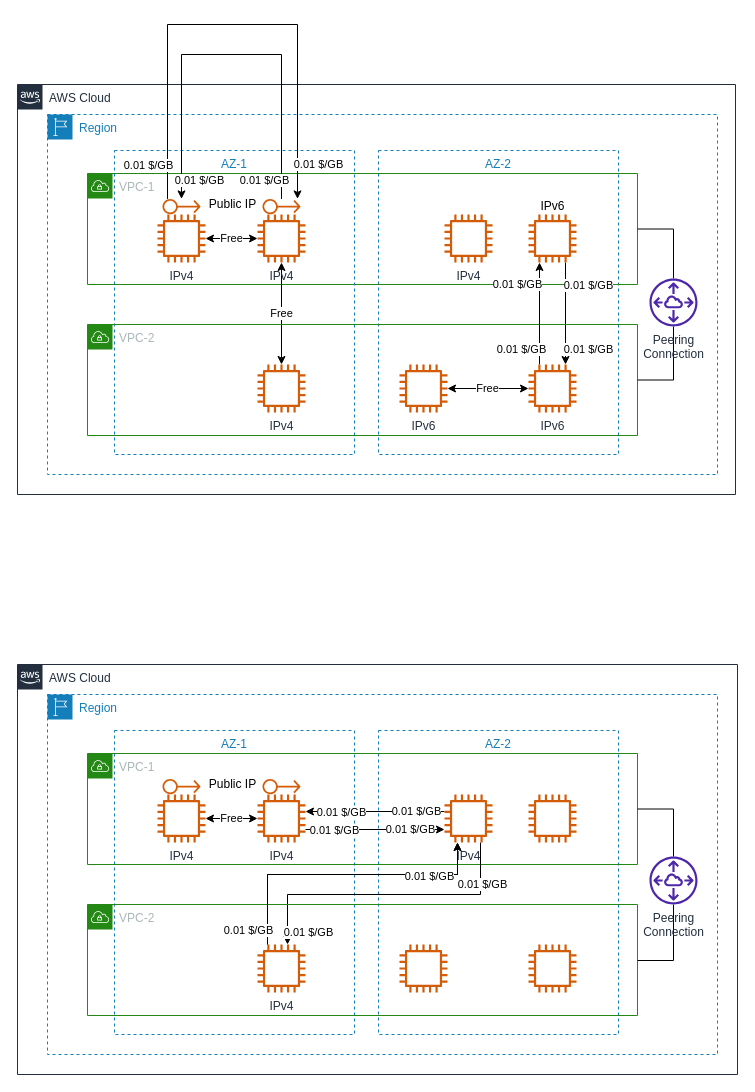
Earlier version of the draw.io diagram Compute/EC2/draw/04.01-EC2-xAZ.drawio (weiping-bj/Data-Transfer-Cost-on-AWS). Source tidied: cells renumbered, new cells numbered last; positions are measured from the earlier drawing's top-left corner, leaving out a move shared by most shapes. Both pictures are drawn from the tidied source at 100%, with x=0, y=0 at pixel (17, 24).
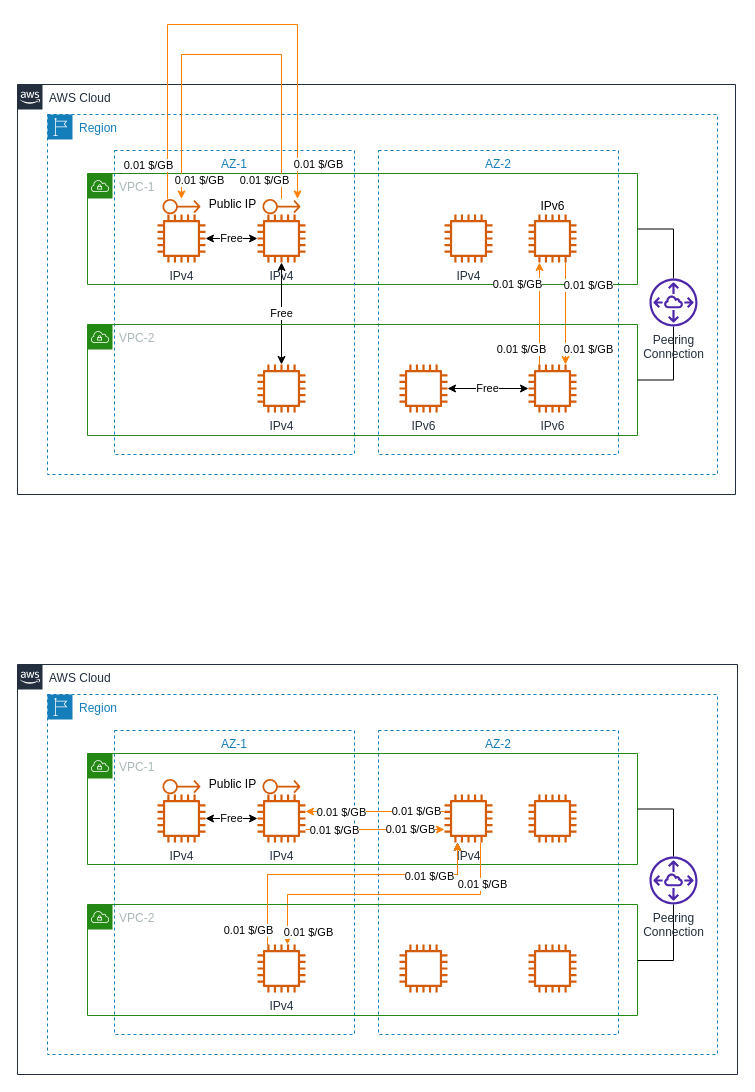
Above is the later version.

Unchanged cells that the change refers to:
```xml
<mxCell id="17" style="sketch=0;outlineConnect=0;fontColor=#232F3E;gradientColor=none;fillColor=#D45B07;strokeColor=none;dashed=0;verticalLabelPosition=bottom;verticalAlign=top;align=center;html=1;fontSize=12;fontStyle=0;shape=mxgraph.aws4.elastic_ip_address;" parent="1" vertex="1">
  <mxGeometry x="145" y="174.2" width="38" height="15.8" as="geometry" />
</mxCell>
<mxCell id="21" style="sketch=0;outlineConnect=0;fontColor=#232F3E;gradientColor=none;fillColor=#D45B07;strokeColor=none;dashed=0;verticalLabelPosition=bottom;verticalAlign=top;align=center;html=1;fontSize=12;fontStyle=0;shape=mxgraph.aws4.elastic_ip_address;" parent="1" vertex="1">
  <mxGeometry x="245" y="174.2" width="38" height="15.8" as="geometry" />
</mxCell>
<mxCell id="48" value="IPv4" style="sketch=0;outlineConnect=0;fontColor=#232F3E;gradientColor=none;fillColor=#D45B07;strokeColor=none;dashed=0;verticalLabelPosition=bottom;verticalAlign=top;align=center;html=1;fontSize=12;fontStyle=0;shape=mxgraph.aws4.instance2;" parent="1" vertex="1">
  <mxGeometry x="427" y="770" width="48" height="48" as="geometry" />
</mxCell>
<mxCell id="64" value="IPv4" style="sketch=0;outlineConnect=0;fontColor=#232F3E;gradientColor=none;fillColor=#D45B07;strokeColor=none;dashed=0;verticalLabelPosition=bottom;verticalAlign=top;align=center;html=1;fontSize=12;fontStyle=0;shape=mxgraph.aws4.instance2;" parent="1" vertex="1">
  <mxGeometry x="240" y="920" width="48" height="48" as="geometry" />
</mxCell>
```

What changed in the source:
```diff
@@
-    <mxCell id="14" style="edgeStyle=orthogonalEdgeStyle;rounded=0;jettySize=auto;html=1;" parent="1" edge="1" source="17" target="21">
+    <mxCell id="14" style="edgeStyle=orthogonalEdgeStyle;rounded=0;jettySize=auto;html=1;strokeColor=#FF8000;" parent="1" edge="1" source="17" target="21">
       <mxGeometry relative="1" as="geometry">
         <Array as="points">
           <mxPoint x="150" />
           <mxPoint x="280" />
         </Array>
       </mxGeometry>
     </mxCell>
@@
-    <mxCell id="18" style="edgeStyle=orthogonalEdgeStyle;rounded=0;jettySize=auto;html=1;" parent="1" edge="1" source="21" target="17">
+    <mxCell id="18" style="edgeStyle=orthogonalEdgeStyle;rounded=0;jettySize=auto;html=1;strokeColor=#FF8000;" parent="1" edge="1" source="21" target="17">
       <mxGeometry relative="1" as="geometry">
         <Array as="points">
           <mxPoint x="264" y="30" />
           <mxPoint x="164" y="30" />
         </Array>
       </mxGeometry>
     </mxCell>
@@
-    <mxCell id="22" style="edgeStyle=orthogonalEdgeStyle;rounded=0;orthogonalLoop=1;jettySize=auto;html=1;startArrow=none;startFill=0;" parent="1" edge="1">
+    <mxCell id="22" style="edgeStyle=orthogonalEdgeStyle;rounded=0;orthogonalLoop=1;jettySize=auto;html=1;startArrow=none;startFill=0;strokeColor=#FF8000;" parent="1" edge="1">
       <mxGeometry relative="1" as="geometry">
         <mxPoint x="548" y="238" as="sourcePoint" />
         <mxPoint x="548" y="340" as="targetPoint" />
       </mxGeometry>
     </mxCell>
@@
-    <mxCell id="28" value="0.01 $/GB" style="edgeStyle=orthogonalEdgeStyle;rounded=0;orthogonalLoop=1;jettySize=auto;html=1;startArrow=none;startFill=0;" parent="1" edge="1">
+    <mxCell id="28" value="0.01 $/GB" style="edgeStyle=orthogonalEdgeStyle;rounded=0;orthogonalLoop=1;jettySize=auto;html=1;startArrow=none;startFill=0;strokeColor=#FF8000;" parent="1" edge="1">
       <mxGeometry x="0.57" y="22" relative="1" as="geometry">
         <mxPoint x="522" y="340" as="sourcePoint" />
         <mxPoint x="522" y="238" as="targetPoint" />
       </mxGeometry>
     </mxCell>
@@
-    <mxCell id="37" value="0.01 $/GB" style="edgeStyle=orthogonalEdgeStyle;rounded=0;jettySize=auto;html=1;startArrow=none;startFill=0;" parent="1" edge="1" target="48">
+    <mxCell id="37" value="0.01 $/GB" style="edgeStyle=orthogonalEdgeStyle;rounded=0;jettySize=auto;html=1;startArrow=none;startFill=0;strokeColor=#FF8000;" parent="1" edge="1" target="48">
       <mxGeometry x="0.51" relative="1" as="geometry">
         <mxPoint x="288" y="805" as="sourcePoint" />
         <Array as="points">
           <mxPoint x="390" y="805" />
           <mxPoint x="390" y="805" />
         </Array>
       </mxGeometry>
     </mxCell>
@@
-    <mxCell id="42" style="edgeStyle=orthogonalEdgeStyle;rounded=0;jettySize=auto;html=1;startArrow=none;startFill=0;" parent="1" edge="1" source="48">
+    <mxCell id="42" style="edgeStyle=orthogonalEdgeStyle;rounded=0;jettySize=auto;html=1;startArrow=none;startFill=0;strokeColor=#FF8000;" parent="1" edge="1" source="48">
       <mxGeometry relative="1" as="geometry">
         <mxPoint x="288" y="787" as="targetPoint" />
         <Array as="points">
           <mxPoint x="400" y="787" />
           <mxPoint x="400" y="787" />
         </Array>
       </mxGeometry>
     </mxCell>
@@
-    <mxCell id="45" style="edgeStyle=orthogonalEdgeStyle;rounded=0;jettySize=auto;html=1;" parent="1" edge="1" source="48" target="64">
+    <mxCell id="45" style="edgeStyle=orthogonalEdgeStyle;rounded=0;jettySize=auto;html=1;strokeColor=#FF8000;" parent="1" edge="1" source="48" target="64">
       <mxGeometry relative="1" as="geometry">
         <Array as="points">
           <mxPoint x="463" y="870" />
           <mxPoint x="270" y="870" />
         </Array>
       </mxGeometry>
     </mxCell>
@@
-    <mxCell id="57" style="edgeStyle=orthogonalEdgeStyle;rounded=0;jettySize=auto;html=1;" parent="1" edge="1" source="64" target="48">
+    <mxCell id="57" style="edgeStyle=orthogonalEdgeStyle;rounded=0;jettySize=auto;html=1;strokeColor=#FF8000;" parent="1" edge="1" source="64" target="48">
       <mxGeometry relative="1" as="geometry">
         <Array as="points">
           <mxPoint x="250" y="850" />
           <mxPoint x="440" y="850" />
         </Array>
       </mxGeometry>
     </mxCell>
```
